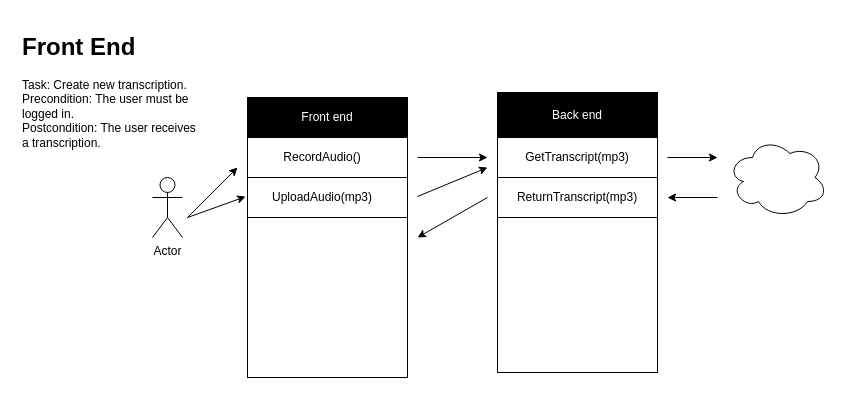
Earlier version of the draw.io diagram Untitled Diagram.drawio (qiandrew/AudioNote). Source tidied: cells renumbered, new cells numbered last; positions are measured from the earlier drawing's top-left corner, leaving out a move shared by most shapes. Both pictures are drawn from the tidied source at 100%, with x=0, y=0 at pixel (17, 27).
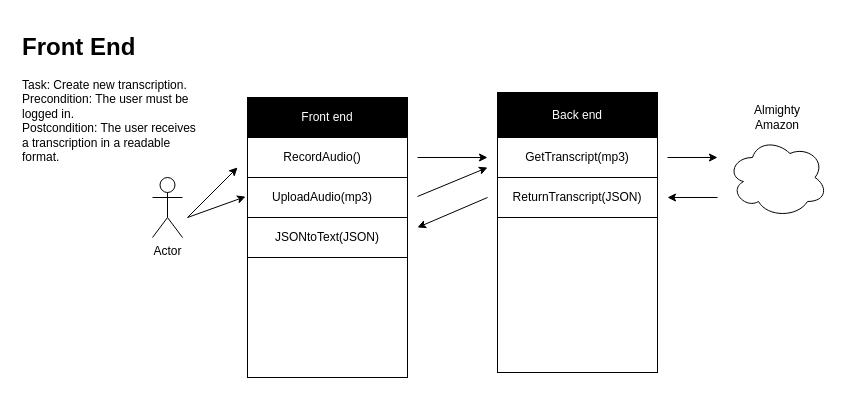
The same diagram, later.

Diff of the diagram source:
```diff
@@
-    <mxCell id="3" value="&lt;h1&gt;Front End&lt;/h1&gt;&lt;div&gt;Task: Create new transcription.&lt;/div&gt;&lt;div&gt;Precondition: The user must be logged in.&lt;/div&gt;&lt;div&gt;Postcondition: The user receives a transcription.&lt;br&gt;&lt;/div&gt;" style="text;html=1;strokeColor=none;fillColor=none;spacing=5;spacingTop=-20;whiteSpace=wrap;overflow=hidden;rounded=0;" parent="1" vertex="1">
-      <mxGeometry width="190" height="130" as="geometry" />
+    <mxCell id="3" value="&lt;h1&gt;Front End&lt;/h1&gt;&lt;div&gt;Task: Create new transcription.&lt;/div&gt;&lt;div&gt;Precondition: The user must be logged in.&lt;/div&gt;&lt;div&gt;Postcondition: The user receives a transcription in a readable format.&lt;br&gt;&lt;/div&gt;" style="text;html=1;strokeColor=none;fillColor=none;spacing=5;spacingTop=-20;whiteSpace=wrap;overflow=hidden;rounded=0;" parent="1" vertex="1">
+      <mxGeometry width="190" height="140" as="geometry" />
     </mxCell>
@@
-    <mxCell id="20" value="ReturnTranscript(mp3)" style="text;html=1;strokeColor=none;fillColor=none;align=center;verticalAlign=middle;whiteSpace=wrap;rounded=0;fontColor=#000000;" parent="1" vertex="1">
+    <mxCell id="20" value="ReturnTranscript(JSON)" style="text;html=1;strokeColor=none;fillColor=none;align=center;verticalAlign=middle;whiteSpace=wrap;rounded=0;fontColor=#000000;" parent="1" vertex="1">
       <mxGeometry x="540" y="160" width="40" height="20" as="geometry" />
     </mxCell>
@@
     <mxCell id="24" style="endArrow=classic;html=1;fontColor=#000000;" parent="1" edge="1">
       <mxGeometry relative="1" as="geometry">
         <mxPoint x="470" y="170" as="sourcePoint" />
-        <mxPoint x="400" y="210" as="targetPoint" />
+        <mxPoint x="400" y="200" as="targetPoint" />
       </mxGeometry>
     </mxCell>
+    <mxCell id="25" style="rounded=0;whiteSpace=wrap;html=1;fillColor=#FFFFFF;fontColor=#000000;" parent="1" vertex="1">
+      <mxGeometry x="230" y="190" width="160" height="40" as="geometry" />
+    </mxCell>
+    <mxCell id="26" value="&lt;div&gt;JSONtoText(JSON)&lt;/div&gt;" style="text;html=1;strokeColor=none;fillColor=none;align=center;verticalAlign=middle;whiteSpace=wrap;rounded=0;fontColor=#000000;" parent="1" vertex="1">
+      <mxGeometry x="290" y="200" width="40" height="20" as="geometry" />
+    </mxCell>
+    <mxCell id="27" value="Almighty Amazon" style="text;html=1;strokeColor=none;fillColor=none;align=center;verticalAlign=middle;whiteSpace=wrap;rounded=0;fontColor=#000000;" parent="1" vertex="1">
+      <mxGeometry x="740" y="80" width="40" height="20" as="geometry" />
+    </mxCell>
```
